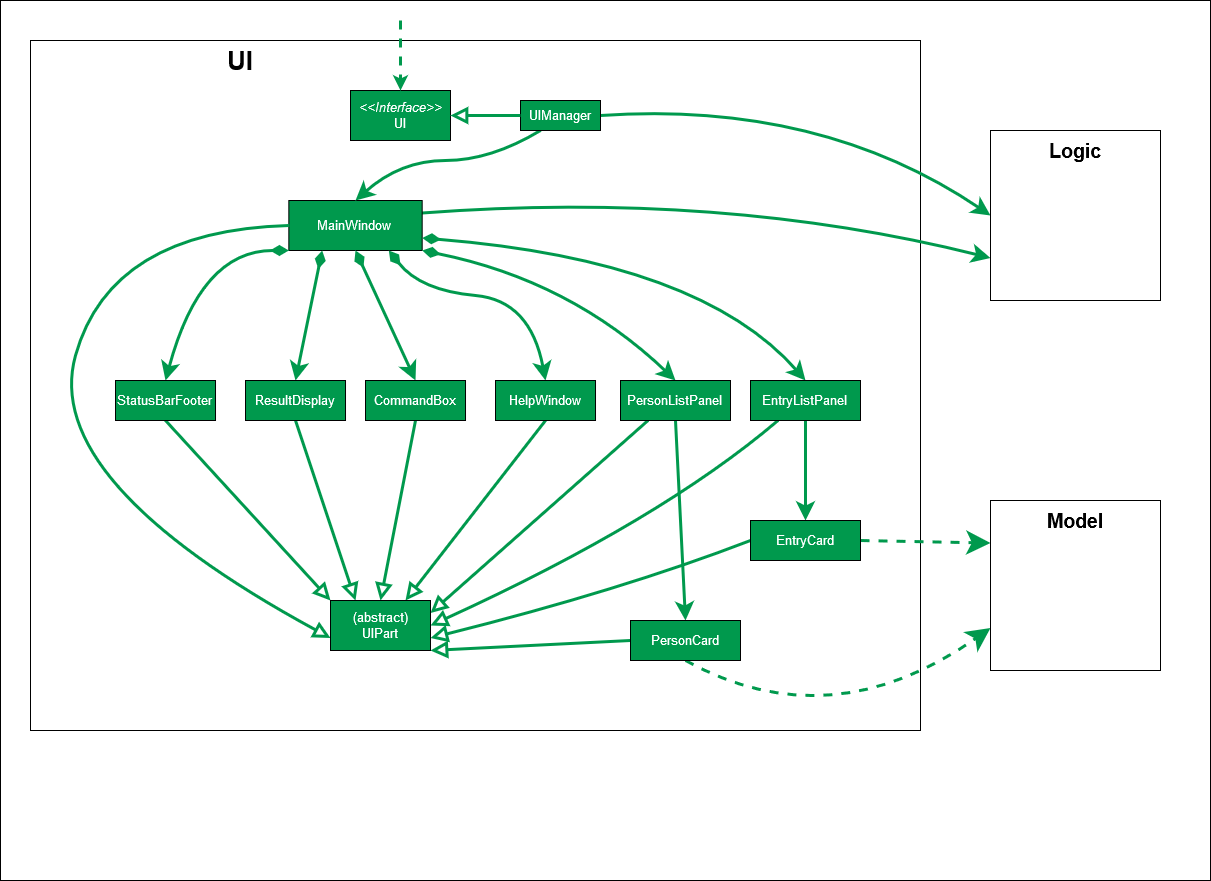
This is docs/images/UiClassDiagram.png from zhXchD/tp, a PlantUML export, as it was before one commit. Its source is kept beside it as docs/diagrams/UiClassDiagram.puml. The source it was exported from:
```plantuml
@startuml
!include style.puml
skinparam arrowThickness 1.1
skinparam arrowColor UI_COLOR_T4
skinparam classBackgroundColor UI_COLOR

package UI <<Rectangle>>{
Interface Ui <<Interface>>
Class "{abstract}\nUiPart" as UiPart
Class UiManager
Class MainWindow
Class HelpWindow
Class ResultDisplay
Class PersonListPanel
Class PersonCard
Class EntryListPanel
Class EntryCard
Class StatusBarFooter
Class CommandBox
}

package Model <<Rectangle>> {
Class HiddenModel #FFFFFF
}

package Logic <<Rectangle>> {
Class HiddenLogic #FFFFFF
}

Class HiddenOutside #FFFFFF
HiddenOutside ..> Ui

UiManager .left.|> Ui
UiManager -down-> MainWindow
MainWindow --> HelpWindow
MainWindow *-down-> CommandBox
MainWindow *-down-> ResultDisplay
MainWindow *-down-> PersonListPanel
MainWindow *-down-> StatusBarFooter
MainWindow *-down-> EntryListPanel

PersonListPanel -down-> PersonCard
EntryListPanel -down-> EntryCard

MainWindow -left-|> UiPart

ResultDisplay --|> UiPart
CommandBox --|> UiPart
PersonListPanel --|> UiPart
PersonCard --|> UiPart
StatusBarFooter --|> UiPart
HelpWindow -down-|> UiPart

PersonCard ..> Model
EntryCard ..> Model
UiManager -right-> Logic
MainWindow -left-> Logic

PersonListPanel -[hidden]left- HelpWindow
HelpWindow -[hidden]left- CommandBox
CommandBox -[hidden]left- ResultDisplay
ResultDisplay -[hidden]left- StatusBarFooter

MainWindow -[hidden]-|> UiPart
@enduml
```
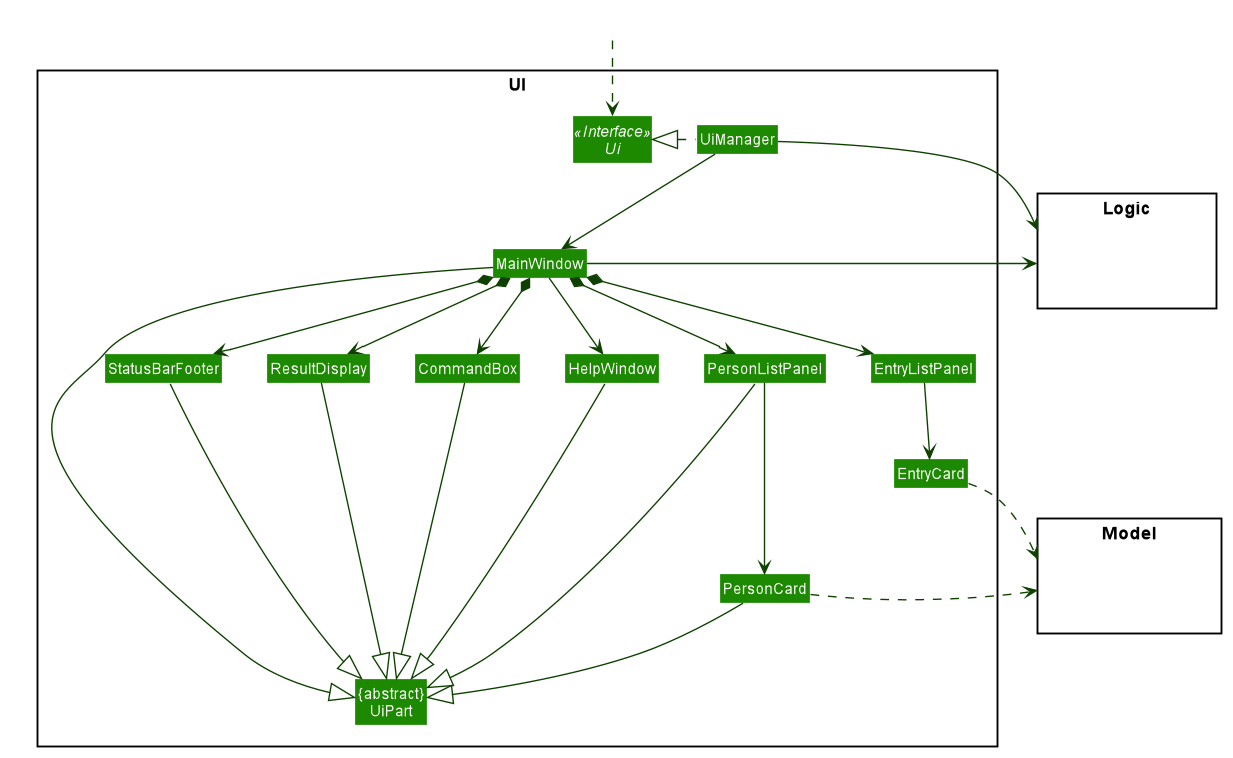
Above is the later version.

The edit, as a diff of the source:
```diff
@@ -39,7 +39,7 @@
 MainWindow *-down-> StatusBarFooter
 MainWindow *-down-> EntryListPanel
 
-PersonListPanel -down-> PersonCard
+PersonListPanel --down-> PersonCard
 EntryListPanel -down-> EntryCard
 
 MainWindow -left-|> UiPart
@@ -51,7 +51,7 @@
 StatusBarFooter --|> UiPart
 HelpWindow -down-|> UiPart
 
-PersonCard ..> Model
+PersonCard .right.> Model
 EntryCard ..> Model
 UiManager -right-> Logic
 MainWindow -left-> Logic
```
